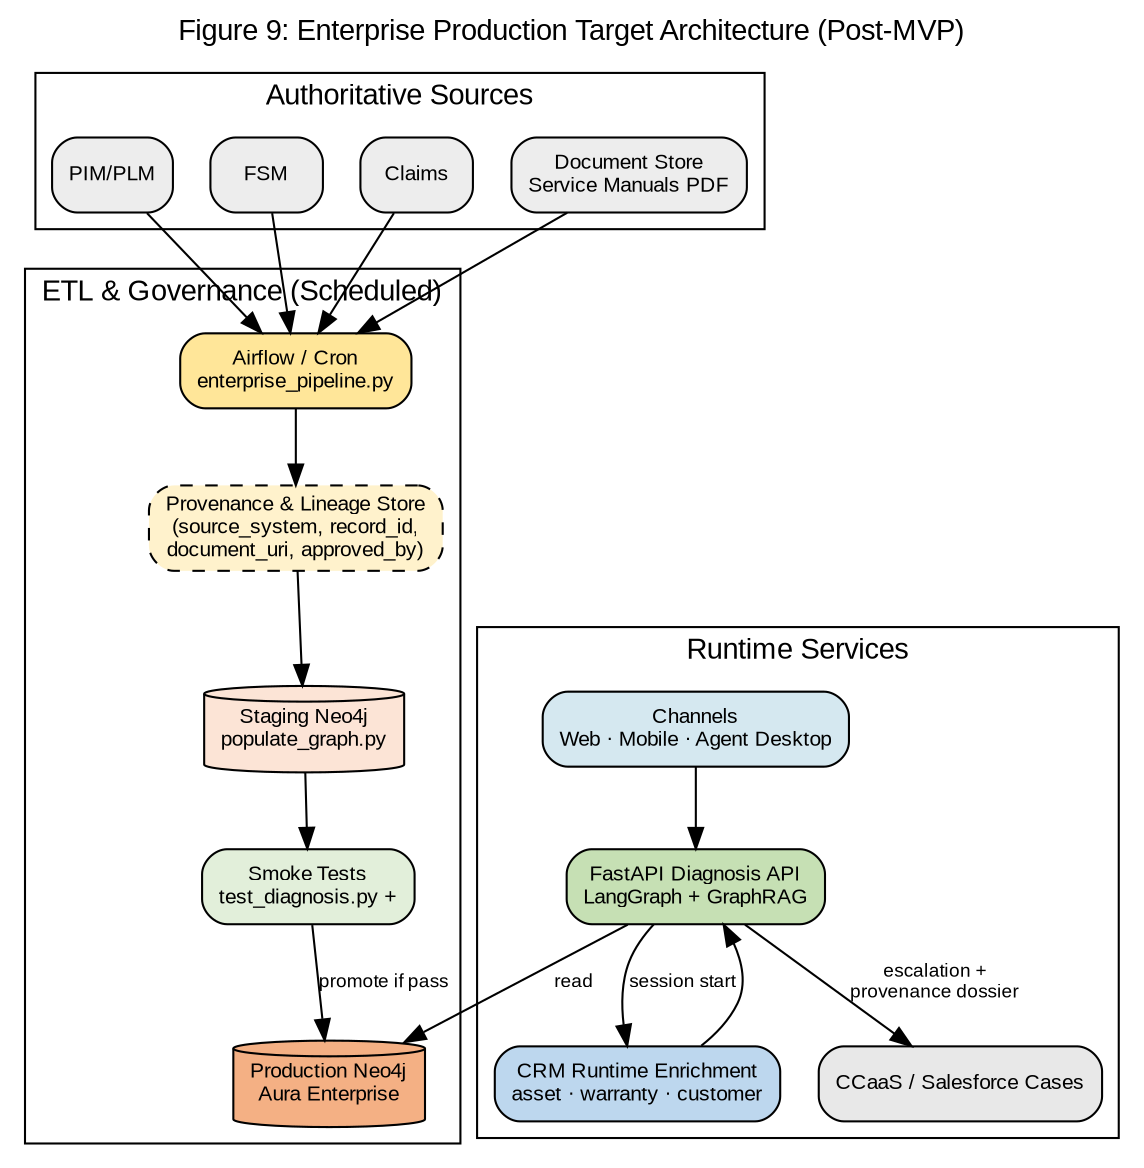
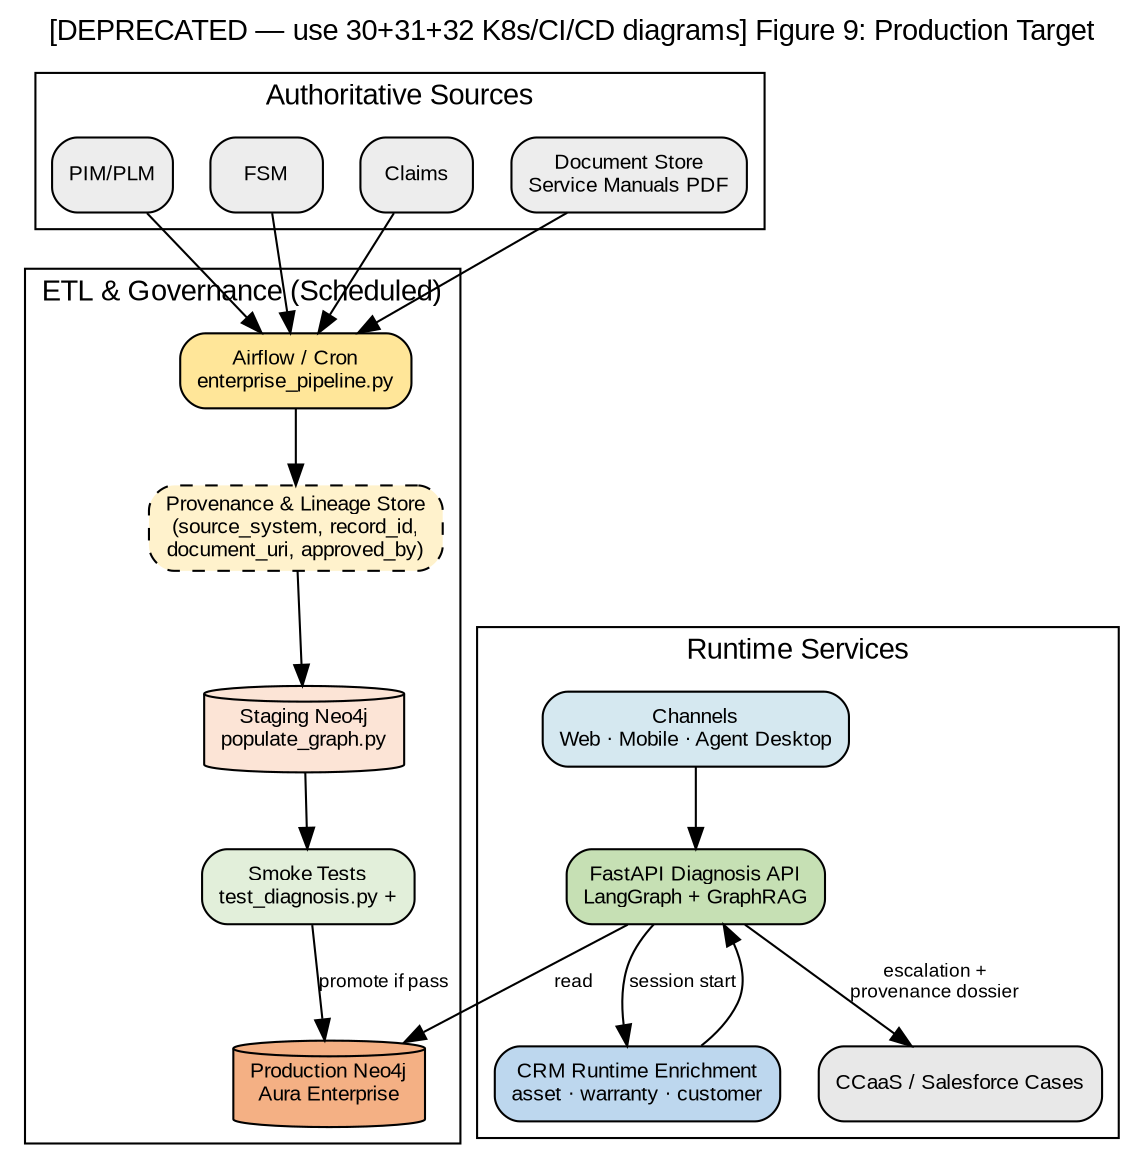
// Figure 9: Enterprise Production Target Architecture (roadmap)
digraph EnterpriseProduction {
  graph [
    rankdir=TB
-     label="Figure 9: Enterprise Production Target Architecture (Post-MVP)"
+     label="[DEPRECATED — use 30+31+32 K8s/CI/CD diagrams] Figure 9: Production Target"
    labelloc=t
    fontsize=14
    fontname="Arial"
    bgcolor="white"
  ]
  node [shape=box, style="rounded,filled", fontname="Arial", fontsize=10]
  edge [fontname="Arial", fontsize=9]

  subgraph cluster_sources {
    label="Authoritative Sources"
    PIM [label="PIM/PLM", fillcolor="#EDEDED"]
    FSM [label="FSM", fillcolor="#EDEDED"]
    Claims [label="Claims", fillcolor="#EDEDED"]
    Manuals [label="Document Store\nService Manuals PDF", fillcolor="#EDEDED"]
  }

  subgraph cluster_etl_ops {
    label="ETL & Governance (Scheduled)"
    Airflow [label="Airflow / Cron\nenterprise_pipeline.py", fillcolor="#FFE699"]
    Prov [label="Provenance & Lineage Store\n(source_system, record_id,\ndocument_uri, approved_by)", fillcolor="#FFF2CC", style="rounded,dashed,filled"]
    Staging [label="Staging Neo4j\npopulate_graph.py", shape=cylinder, fillcolor="#FCE4D6"]
    Smoke [label="Smoke Tests\ntest_diagnosis.py +", fillcolor="#E2EFDA"]
    ProdNeo [label="Production Neo4j\nAura Enterprise", shape=cylinder, fillcolor="#F4B084"]
  }

  subgraph cluster_runtime {
    label="Runtime Services"
    API [label="FastAPI Diagnosis API\nLangGraph + GraphRAG", fillcolor="#C6E0B4"]
    CRMrt [label="CRM Runtime Enrichment\nasset · warranty · customer", fillcolor="#BDD7EE"]
    Chan [label="Channels\nWeb · Mobile · Agent Desktop", fillcolor="#D5E8F0"]
    CC [label="CCaaS / Salesforce Cases", fillcolor="#E8E8E8"]
  }

  PIM -> Airflow
  FSM -> Airflow
  Claims -> Airflow
  Manuals -> Airflow
  Airflow -> Prov
  Prov -> Staging
  Staging -> Smoke
  Smoke -> ProdNeo [label="promote if pass"]

  Chan -> API
  API -> CRMrt [label="session start"]
  API -> ProdNeo [label="read"]
  API -> CC [label="escalation +\nprovenance dossier"]
  CRMrt -> API
}